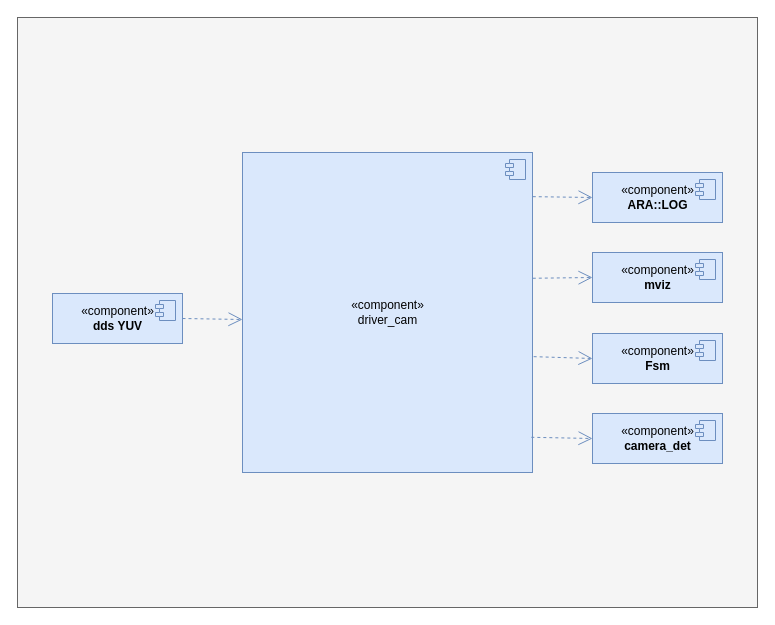
Above: driver_cam模块依赖关系.drawio in xiaoleli/diagrams (draw.io), before the change. Source tidied: cells renumbered, new cells numbered last; positions are measured from the earlier drawing's top-left corner, leaving out a move shared by most shapes. Both pictures are drawn from the tidied source at 100%, with x=0, y=0 at pixel (17, 17).
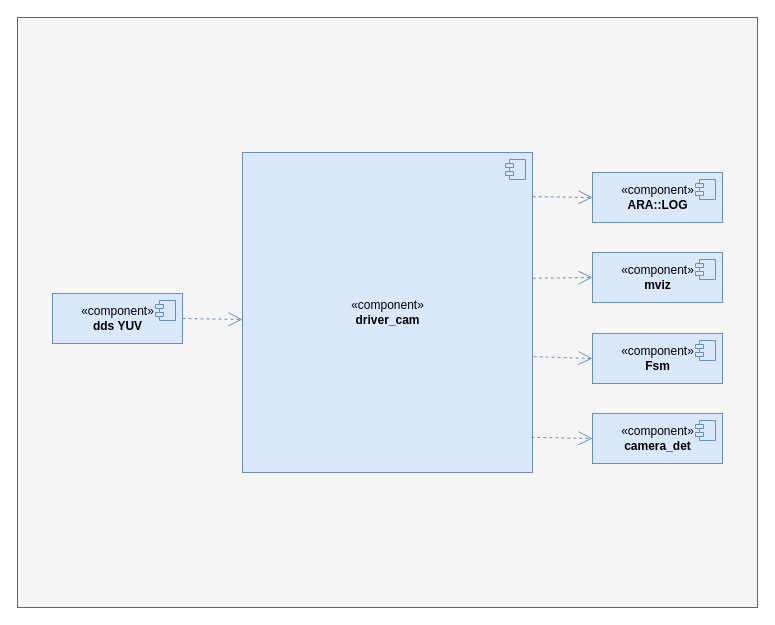
Above is the later version.

Commit message (it also covers changes not shown here):
更新driver_cam模块依赖关系.drawio

The edit, as a diff of the source:
```diff
@@
-    <mxCell id="3" value="«c&lt;span&gt;omponent&lt;/span&gt;»&lt;br&gt;&lt;span&gt;driver_cam&lt;/span&gt;" style="html=1;fontStyle=0;fillColor=#dae8fc;strokeColor=#6c8ebf;" parent="1" vertex="1">
+    <mxCell id="3" value="«c&lt;span&gt;omponent&lt;/span&gt;»&lt;br&gt;&lt;span&gt;&lt;b&gt;driver_cam&lt;/b&gt;&lt;/span&gt;" style="html=1;fontStyle=0;fillColor=#dae8fc;strokeColor=#6c8ebf;" parent="1" vertex="1">
       <mxGeometry x="225" y="135" width="290" height="320" as="geometry" />
     </mxCell>
```
